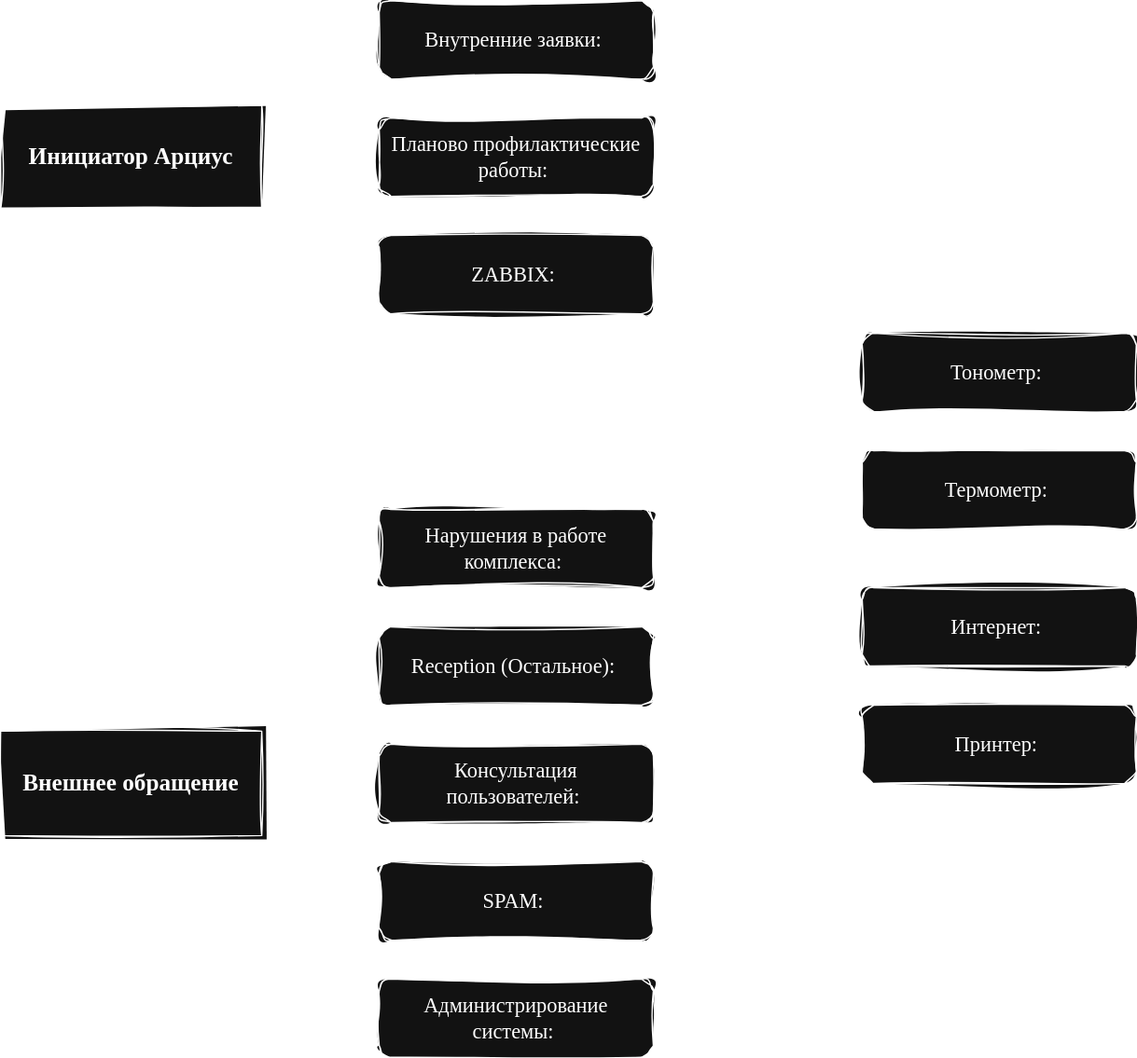
Above: service.drawio.svg in KhatsaevK/drawio (draw.io), before the change. Source tidied: cells renumbered, new cells last; positions are measured from the earlier drawing's top-left corner, leaving out a move shared by most shapes.
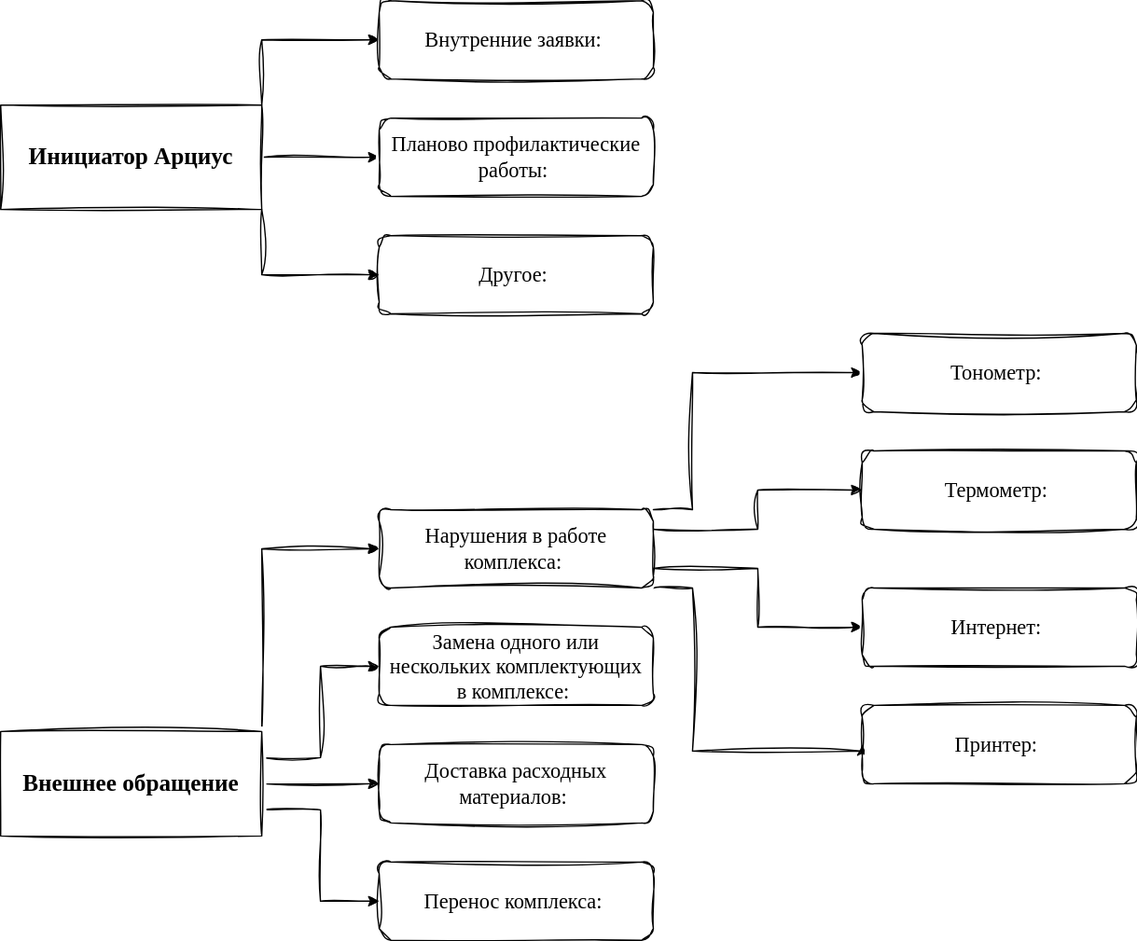
Later version of the same file.

Diff of the diagram source:
```diff
@@ -5,7 +5,7 @@
     <mxCell id="2" style="edgeStyle=orthogonalEdgeStyle;rounded=0;sketch=1;hachureGap=4;jiggle=2;curveFitting=1;jettySize=auto;html=1;exitX=1;exitY=0;exitDx=0;exitDy=0;fontFamily=Architects Daughter;fontSource=https%3A%2F%2Ffonts.googleapis.com%2Fcss%3Ffamily%3DArchitects%2BDaughter;entryX=0;entryY=0.5;entryDx=0;entryDy=0;" parent="1" edge="1" source="5" target="12">
       <mxGeometry relative="1" as="geometry" />
     </mxCell>
-    <mxCell id="3" style="edgeStyle=orthogonalEdgeStyle;rounded=0;sketch=1;hachureGap=4;jiggle=2;curveFitting=1;jettySize=auto;html=1;exitX=1;exitY=1;exitDx=0;exitDy=0;fontFamily=Architects Daughter;fontSource=https%3A%2F%2Ffonts.googleapis.com%2Fcss%3Ffamily%3DArchitects%2BDaughter;entryX=0;entryY=0.5;entryDx=0;entryDy=0;" parent="1" edge="1" source="5" target="14">
+    <mxCell id="3" style="edgeStyle=orthogonalEdgeStyle;rounded=0;sketch=1;hachureGap=4;jiggle=2;curveFitting=1;jettySize=auto;html=1;exitX=1;exitY=1;exitDx=0;exitDy=0;fontFamily=Architects Daughter;fontSource=https%3A%2F%2Ffonts.googleapis.com%2Fcss%3Ffamily%3DArchitects%2BDaughter;entryX=0;entryY=0.5;entryDx=0;entryDy=0;" parent="1" edge="1" source="5" target="28">
       <mxGeometry relative="1" as="geometry" />
     </mxCell>
     <mxCell id="4" style="edgeStyle=orthogonalEdgeStyle;rounded=0;sketch=1;hachureGap=4;jiggle=2;curveFitting=1;jettySize=auto;html=1;exitX=1;exitY=0.5;exitDx=0;exitDy=0;entryX=0;entryY=0.5;entryDx=0;entryDy=0;fontFamily=Architects Daughter;fontSource=https%3A%2F%2Ffonts.googleapis.com%2Fcss%3Ffamily%3DArchitects%2BDaughter;" parent="1" edge="1" source="5" target="13">
@@ -17,18 +17,15 @@
     <mxCell id="6" style="edgeStyle=orthogonalEdgeStyle;rounded=0;sketch=1;hachureGap=4;jiggle=2;curveFitting=1;jettySize=auto;html=1;exitX=1;exitY=0;exitDx=0;exitDy=0;entryX=0;entryY=0.5;entryDx=0;entryDy=0;fontFamily=Architects Daughter;fontSource=https%3A%2F%2Ffonts.googleapis.com%2Fcss%3Ffamily%3DArchitects%2BDaughter;" parent="1" edge="1" source="11" target="19">
       <mxGeometry relative="1" as="geometry" />
     </mxCell>
-    <mxCell id="7" style="edgeStyle=orthogonalEdgeStyle;rounded=0;sketch=1;hachureGap=4;jiggle=2;curveFitting=1;jettySize=auto;html=1;exitX=1;exitY=0.25;exitDx=0;exitDy=0;entryX=0;entryY=0.5;entryDx=0;entryDy=0;fontFamily=Architects Daughter;fontSource=https%3A%2F%2Ffonts.googleapis.com%2Fcss%3Ffamily%3DArchitects%2BDaughter;" parent="1" edge="1" source="11" target="20">
+    <mxCell id="7" style="edgeStyle=orthogonalEdgeStyle;rounded=0;sketch=1;hachureGap=4;jiggle=2;curveFitting=1;jettySize=auto;html=1;exitX=1;exitY=0.25;exitDx=0;exitDy=0;entryX=0;entryY=0.5;entryDx=0;entryDy=0;fontFamily=Architects Daughter;fontSource=https%3A%2F%2Ffonts.googleapis.com%2Fcss%3Ffamily%3DArchitects%2BDaughter;" parent="1" edge="1" source="11" target="29">
       <mxGeometry relative="1" as="geometry" />
     </mxCell>
-    <mxCell id="8" style="edgeStyle=orthogonalEdgeStyle;rounded=0;sketch=1;hachureGap=4;jiggle=2;curveFitting=1;jettySize=auto;html=1;exitX=1;exitY=0.5;exitDx=0;exitDy=0;fontFamily=Architects Daughter;fontSource=https%3A%2F%2Ffonts.googleapis.com%2Fcss%3Ffamily%3DArchitects%2BDaughter;" parent="1" edge="1" source="11" target="21">
+    <mxCell id="8" style="edgeStyle=orthogonalEdgeStyle;rounded=0;sketch=1;hachureGap=4;jiggle=2;curveFitting=1;jettySize=auto;html=1;exitX=1;exitY=0.5;exitDx=0;exitDy=0;fontFamily=Architects Daughter;fontSource=https%3A%2F%2Ffonts.googleapis.com%2Fcss%3Ffamily%3DArchitects%2BDaughter;" parent="1" edge="1" source="11" target="30">
       <mxGeometry relative="1" as="geometry" />
     </mxCell>
-    <mxCell id="9" style="edgeStyle=orthogonalEdgeStyle;rounded=0;sketch=1;hachureGap=4;jiggle=2;curveFitting=1;jettySize=auto;html=1;exitX=1;exitY=0.75;exitDx=0;exitDy=0;entryX=0;entryY=0.5;entryDx=0;entryDy=0;fontFamily=Architects Daughter;fontSource=https%3A%2F%2Ffonts.googleapis.com%2Fcss%3Ffamily%3DArchitects%2BDaughter;" parent="1" edge="1" source="11" target="22">
+    <mxCell id="9" style="edgeStyle=orthogonalEdgeStyle;rounded=0;sketch=1;hachureGap=4;jiggle=2;curveFitting=1;jettySize=auto;html=1;exitX=1;exitY=0.75;exitDx=0;exitDy=0;entryX=0;entryY=0.5;entryDx=0;entryDy=0;fontFamily=Architects Daughter;fontSource=https%3A%2F%2Ffonts.googleapis.com%2Fcss%3Ffamily%3DArchitects%2BDaughter;" parent="1" edge="1" source="11" target="31">
       <mxGeometry relative="1" as="geometry" />
     </mxCell>
-    <mxCell id="10" style="edgeStyle=orthogonalEdgeStyle;rounded=0;sketch=1;hachureGap=4;jiggle=2;curveFitting=1;jettySize=auto;html=1;exitX=1;exitY=1;exitDx=0;exitDy=0;entryX=0;entryY=0.5;entryDx=0;entryDy=0;fontFamily=Architects Daughter;fontSource=https%3A%2F%2Ffonts.googleapis.com%2Fcss%3Ffamily%3DArchitects%2BDaughter;" parent="1" edge="1" source="11" target="23">
-      <mxGeometry relative="1" as="geometry" />
-    </mxCell>
     <mxCell id="11" value="&lt;h2&gt;&lt;font face=&quot;Times New Roman&quot;&gt;Внешнее обращение&lt;/font&gt;&lt;/h2&gt;" style="rounded=0;whiteSpace=wrap;html=1;sketch=1;hachureGap=4;jiggle=2;curveFitting=1;fontFamily=Architects Daughter;fontSource=https%3A%2F%2Ffonts.googleapis.com%2Fcss%3Ffamily%3DArchitects%2BDaughter;" parent="1" vertex="1">
       <mxGeometry y="560" width="200" height="80" as="geometry" />
     </mxCell>
@@ -38,9 +35,9 @@
     <mxCell id="13" value="&lt;font&gt;Планово профилактические работы:&amp;nbsp;&lt;/font&gt;" style="rounded=1;html=1;sketch=1;hachureGap=4;jiggle=2;curveFitting=1;fontFamily=Times New Roman;fontColor=default;labelPosition=center;verticalLabelPosition=middle;align=center;verticalAlign=middle;fontSize=16;horizontal=1;textDirection=ltr;labelBorderColor=none;textShadow=0;whiteSpace=wrap;spacingTop=0;spacing=6;spacingLeft=0;" parent="1" vertex="1">
       <mxGeometry x="290" y="90" width="210" height="60" as="geometry" />
     </mxCell>
-    <mxCell id="14" value="&lt;font&gt;ZABBIX:&amp;nbsp;&lt;/font&gt;" style="rounded=1;html=1;sketch=1;hachureGap=4;jiggle=2;curveFitting=1;fontFamily=Times New Roman;fontColor=default;labelPosition=center;verticalLabelPosition=middle;align=center;verticalAlign=middle;fontSize=16;horizontal=1;textDirection=ltr;labelBorderColor=none;textShadow=0;whiteSpace=wrap;spacingTop=0;spacing=6;spacingLeft=0;" parent="1" vertex="1">
-      <mxGeometry x="290" y="180" width="210" height="60" as="geometry" />
-    </mxCell>
+    <mxCell id="28" value="&lt;font&gt;Другое:&amp;nbsp;&lt;/font&gt;" style="rounded=1;html=1;sketch=1;hachureGap=4;jiggle=2;curveFitting=1;fontFamily=Times New Roman;fontColor=default;labelPosition=center;verticalLabelPosition=middle;align=center;verticalAlign=middle;fontSize=16;horizontal=1;textDirection=ltr;labelBorderColor=none;textShadow=0;whiteSpace=wrap;spacingTop=0;spacing=6;spacingLeft=0;" parent="1" vertex="1">
+      <mxGeometry x="290" y="180" width="210" height="60" as="geometry" />
+    </mxCell>
     <mxCell id="15" style="edgeStyle=orthogonalEdgeStyle;rounded=0;sketch=1;hachureGap=4;jiggle=2;curveFitting=1;jettySize=auto;html=1;exitX=1;exitY=0;exitDx=0;exitDy=0;entryX=0;entryY=0.5;entryDx=0;entryDy=0;fontFamily=Architects Daughter;fontSource=https%3A%2F%2Ffonts.googleapis.com%2Fcss%3Ffamily%3DArchitects%2BDaughter;" parent="1" edge="1" source="19" target="24">
       <mxGeometry relative="1" as="geometry">
         <Array as="points">
@@ -67,18 +64,15 @@
     <mxCell id="19" value="&lt;font&gt;Нарушения в работе комплекса:&amp;nbsp;&lt;/font&gt;" style="rounded=1;html=1;sketch=1;hachureGap=4;jiggle=2;curveFitting=1;fontFamily=Times New Roman;fontColor=default;labelPosition=center;verticalLabelPosition=middle;align=center;verticalAlign=middle;fontSize=16;horizontal=1;textDirection=ltr;labelBorderColor=none;textShadow=0;whiteSpace=wrap;spacingTop=0;spacing=6;spacingLeft=0;" parent="1" vertex="1">
       <mxGeometry x="290" y="390" width="210" height="60" as="geometry" />
     </mxCell>
-    <mxCell id="20" value="&lt;font&gt;Reception (Остальное):&amp;nbsp;&lt;/font&gt;" style="rounded=1;html=1;sketch=1;hachureGap=4;jiggle=2;curveFitting=1;fontFamily=Times New Roman;fontColor=default;labelPosition=center;verticalLabelPosition=middle;align=center;verticalAlign=middle;fontSize=16;horizontal=1;textDirection=ltr;labelBorderColor=none;textShadow=0;whiteSpace=wrap;spacingTop=0;spacing=6;spacingLeft=0;" parent="1" vertex="1">
-      <mxGeometry x="290" y="480" width="210" height="60" as="geometry" />
-    </mxCell>
-    <mxCell id="21" value="&lt;font&gt;Консультация пользователей:&amp;nbsp;&lt;/font&gt;" style="rounded=1;html=1;sketch=1;hachureGap=4;jiggle=2;curveFitting=1;fontFamily=Times New Roman;fontColor=default;labelPosition=center;verticalLabelPosition=middle;align=center;verticalAlign=middle;fontSize=16;horizontal=1;textDirection=ltr;labelBorderColor=none;textShadow=0;whiteSpace=wrap;spacingTop=0;spacing=6;spacingLeft=0;" parent="1" vertex="1">
-      <mxGeometry x="290" y="570" width="210" height="60" as="geometry" />
-    </mxCell>
-    <mxCell id="22" value="&lt;font&gt;SPAM:&amp;nbsp;&lt;/font&gt;" style="rounded=1;html=1;sketch=1;hachureGap=4;jiggle=2;curveFitting=1;fontFamily=Times New Roman;fontColor=default;labelPosition=center;verticalLabelPosition=middle;align=center;verticalAlign=middle;fontSize=16;horizontal=1;textDirection=ltr;labelBorderColor=none;textShadow=0;whiteSpace=wrap;spacingTop=0;spacing=6;spacingLeft=0;" parent="1" vertex="1">
-      <mxGeometry x="290" y="660" width="210" height="60" as="geometry" />
-    </mxCell>
-    <mxCell id="23" value="&lt;font&gt;Администрирование системы:&amp;nbsp;&lt;/font&gt;" style="rounded=1;html=1;sketch=1;hachureGap=4;jiggle=2;curveFitting=1;fontFamily=Times New Roman;fontColor=default;labelPosition=center;verticalLabelPosition=middle;align=center;verticalAlign=middle;fontSize=16;horizontal=1;textDirection=ltr;labelBorderColor=none;textShadow=0;whiteSpace=wrap;spacingTop=0;spacing=6;spacingLeft=0;" parent="1" vertex="1">
-      <mxGeometry x="290" y="750" width="210" height="60" as="geometry" />
-    </mxCell>
+    <mxCell id="29" value="Замена одного или нескольких комплектующих в комплексе:&amp;nbsp;" style="rounded=1;html=1;sketch=1;hachureGap=4;jiggle=2;curveFitting=1;fontFamily=Times New Roman;fontColor=default;labelPosition=center;verticalLabelPosition=middle;align=center;verticalAlign=middle;fontSize=16;horizontal=1;textDirection=ltr;labelBorderColor=none;textShadow=0;whiteSpace=wrap;spacingTop=0;spacing=6;spacingLeft=0;" parent="1" vertex="1">
+      <mxGeometry x="290" y="480" width="210" height="60" as="geometry" />
+    </mxCell>
+    <mxCell id="30" value="&lt;font&gt;Доставка расходных материалов:&amp;nbsp;&lt;/font&gt;" style="rounded=1;html=1;sketch=1;hachureGap=4;jiggle=2;curveFitting=1;fontFamily=Times New Roman;fontColor=default;labelPosition=center;verticalLabelPosition=middle;align=center;verticalAlign=middle;fontSize=16;horizontal=1;textDirection=ltr;labelBorderColor=none;textShadow=0;whiteSpace=wrap;spacingTop=0;spacing=6;spacingLeft=0;" parent="1" vertex="1">
+      <mxGeometry x="290" y="570" width="210" height="60" as="geometry" />
+    </mxCell>
+    <mxCell id="31" value="&lt;font&gt;Перенос комплекса:&amp;nbsp;&lt;/font&gt;" style="rounded=1;html=1;sketch=1;hachureGap=4;jiggle=2;curveFitting=1;fontFamily=Times New Roman;fontColor=default;labelPosition=center;verticalLabelPosition=middle;align=center;verticalAlign=middle;fontSize=16;horizontal=1;textDirection=ltr;labelBorderColor=none;textShadow=0;whiteSpace=wrap;spacingTop=0;spacing=6;spacingLeft=0;" parent="1" vertex="1">
+      <mxGeometry x="290" y="660" width="210" height="60" as="geometry" />
+    </mxCell>
     <mxCell id="24" value="&lt;font&gt;Тонометр:&amp;nbsp;&lt;/font&gt;" style="rounded=1;html=1;sketch=1;hachureGap=4;jiggle=2;curveFitting=1;fontFamily=Times New Roman;fontColor=default;labelPosition=center;verticalLabelPosition=middle;align=center;verticalAlign=middle;fontSize=16;horizontal=1;textDirection=ltr;labelBorderColor=none;textShadow=0;whiteSpace=wrap;spacingTop=0;spacing=6;spacingLeft=0;" parent="1" vertex="1">
       <mxGeometry x="660" y="255" width="210" height="60" as="geometry" />
     </mxCell>
```
